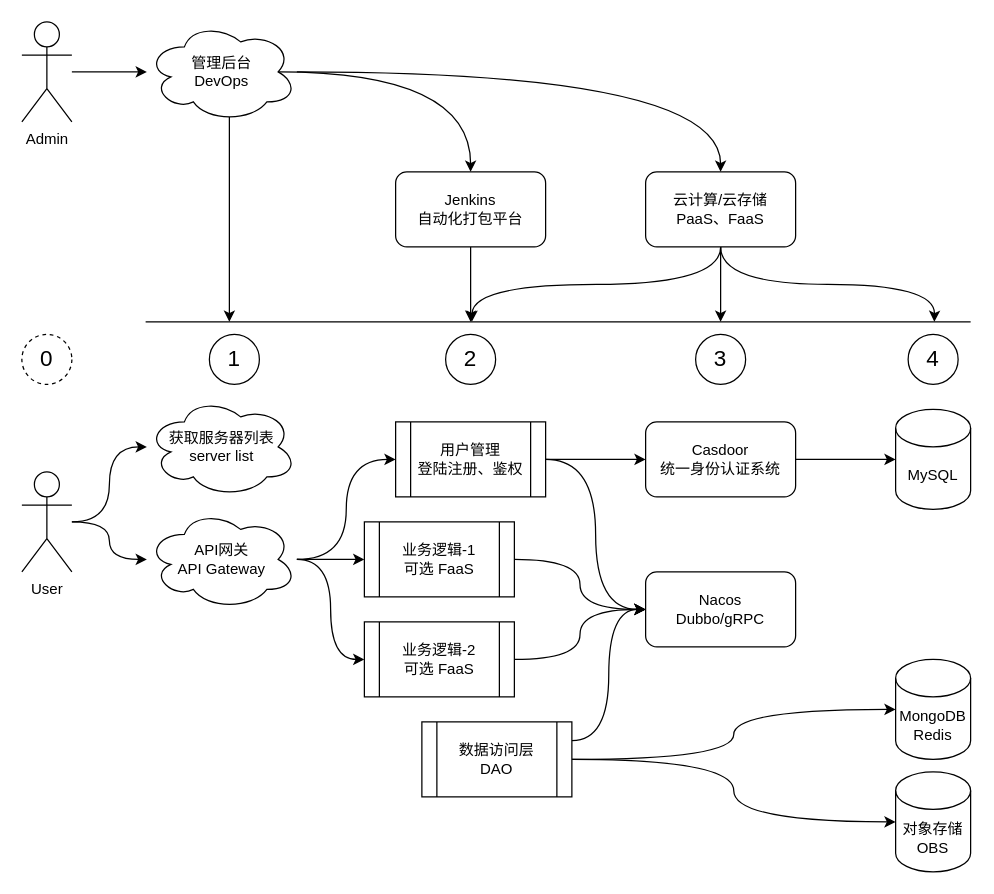
This is doc/Architecture.drawio from zxffffffff/start-biz, a draw.io file, before an edit. Source tidied: cells renumbered, new cells numbered last; positions are measured from the earlier drawing's top-left corner, leaving out a move shared by most shapes. Both pictures are drawn from the tidied source at 125%, with x=0, y=0 at pixel (21, 21).
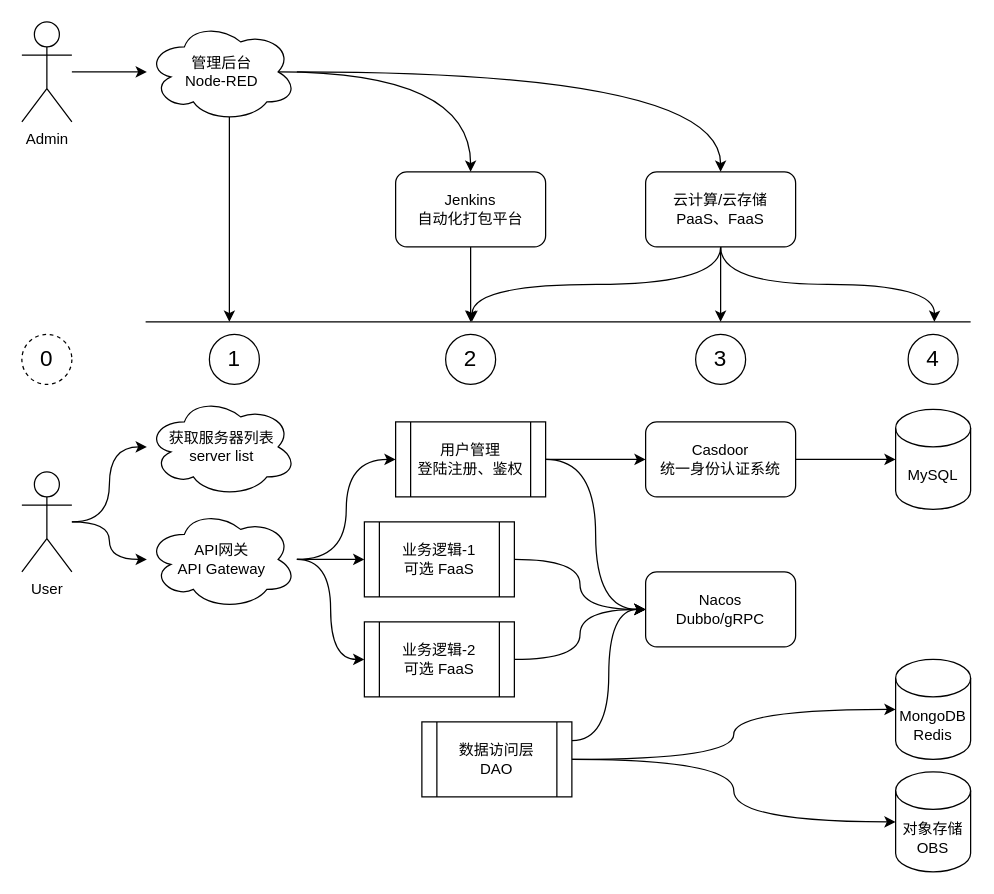
The same diagram, later.

Change to the diagram source:
```diff
@@
-    <mxCell id="32" value="管理后台&lt;br&gt;DevOps" style="ellipse;shape=cloud;whiteSpace=wrap;html=1;" parent="1" vertex="1">
+    <mxCell id="32" value="管理后台&lt;br&gt;Node-RED" style="ellipse;shape=cloud;whiteSpace=wrap;html=1;" parent="1" vertex="1">
       <mxGeometry x="100" width="120" height="80" as="geometry" />
     </mxCell>
```
